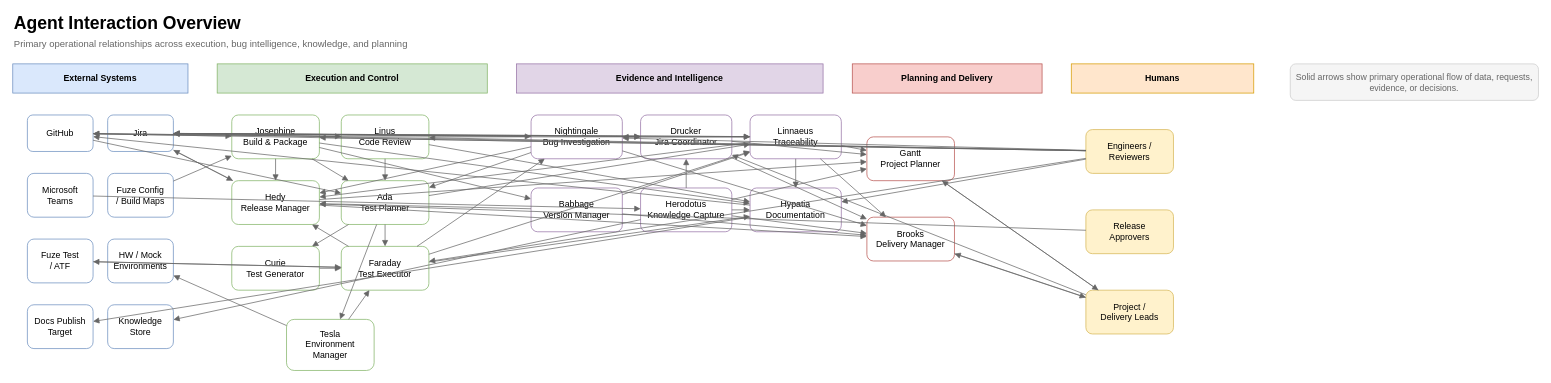
Before: docs/diagrams/workforce/AGENT_INTERACTION_OVERVIEW.drawio in jmac-cornelis/agent-workforce, a draw.io diagram. Source tidied: cells renumbered, new cells numbered last; positions are measured from the earlier drawing's top-left corner, leaving out a move shared by most shapes. Both pictures are drawn from the tidied source at 73%, with x=0, y=0 at pixel (12, 12).
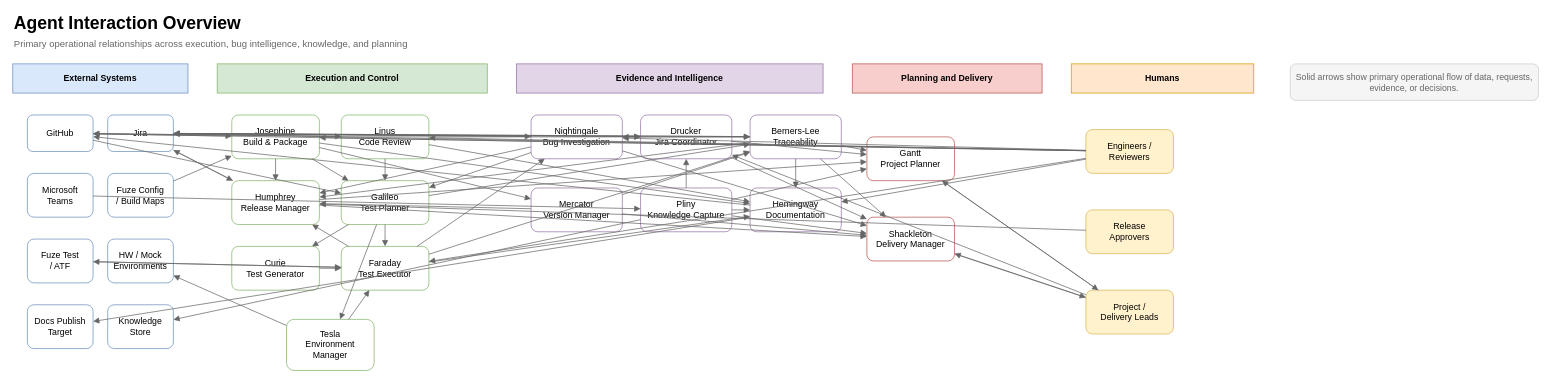
After the change.

Diff of the diagram source:
```diff
@@
-    <mxCell id="20" value="Hedy&#10;Release Manager" style="rounded=1;whiteSpace=wrap;html=1;fillColor=#ffffff;strokeColor=#82b366;" parent="1" vertex="1">
+    <mxCell id="20" value="Humphrey&#10;Release Manager" style="rounded=1;whiteSpace=wrap;html=1;fillColor=#ffffff;strokeColor=#82b366;" parent="1" vertex="1">
       <mxGeometry x="300" y="230" width="120" height="60" as="geometry" />
     </mxCell>
-    <mxCell id="21" value="Ada&#10;Test Planner" style="rounded=1;whiteSpace=wrap;html=1;fillColor=#ffffff;strokeColor=#82b366;" parent="1" vertex="1">
+    <mxCell id="21" value="Galileo&#10;Test Planner" style="rounded=1;whiteSpace=wrap;html=1;fillColor=#ffffff;strokeColor=#82b366;" parent="1" vertex="1">
       <mxGeometry x="450" y="230" width="120" height="60" as="geometry" />
     </mxCell>
@@
-    <mxCell id="27" value="Linnaeus&#10;Traceability" style="rounded=1;whiteSpace=wrap;html=1;fillColor=#ffffff;strokeColor=#9673a6;" parent="1" vertex="1">
+    <mxCell id="27" value="Berners-Lee&#10;Traceability" style="rounded=1;whiteSpace=wrap;html=1;fillColor=#ffffff;strokeColor=#9673a6;" parent="1" vertex="1">
       <mxGeometry x="1010" y="140" width="125" height="60" as="geometry" />
     </mxCell>
-    <mxCell id="28" value="Babbage&#10;Version Manager" style="rounded=1;whiteSpace=wrap;html=1;fillColor=#ffffff;strokeColor=#9673a6;" parent="1" vertex="1">
+    <mxCell id="28" value="Mercator&#10;Version Manager" style="rounded=1;whiteSpace=wrap;html=1;fillColor=#ffffff;strokeColor=#9673a6;" parent="1" vertex="1">
       <mxGeometry x="710" y="240" width="125" height="60" as="geometry" />
     </mxCell>
-    <mxCell id="29" value="Herodotus&#10;Knowledge Capture" style="rounded=1;whiteSpace=wrap;html=1;fillColor=#ffffff;strokeColor=#9673a6;" parent="1" vertex="1">
+    <mxCell id="29" value="Pliny&#10;Knowledge Capture" style="rounded=1;whiteSpace=wrap;html=1;fillColor=#ffffff;strokeColor=#9673a6;" parent="1" vertex="1">
       <mxGeometry x="860" y="240" width="125" height="60" as="geometry" />
     </mxCell>
-    <mxCell id="30" value="Hypatia&#10;Documentation" style="rounded=1;whiteSpace=wrap;html=1;fillColor=#ffffff;strokeColor=#9673a6;" parent="1" vertex="1">
+    <mxCell id="30" value="Hemingway&#10;Documentation" style="rounded=1;whiteSpace=wrap;html=1;fillColor=#ffffff;strokeColor=#9673a6;" parent="1" vertex="1">
       <mxGeometry x="1010" y="240" width="125" height="60" as="geometry" />
     </mxCell>
@@
-    <mxCell id="32" value="Brooks&#10;Delivery Manager" style="rounded=1;whiteSpace=wrap;html=1;fillColor=#ffffff;strokeColor=#b85450;" parent="1" vertex="1">
+    <mxCell id="32" value="Shackleton&#10;Delivery Manager" style="rounded=1;whiteSpace=wrap;html=1;fillColor=#ffffff;strokeColor=#b85450;" parent="1" vertex="1">
       <mxGeometry x="1170" y="280" width="120" height="60" as="geometry" />
     </mxCell>
```
